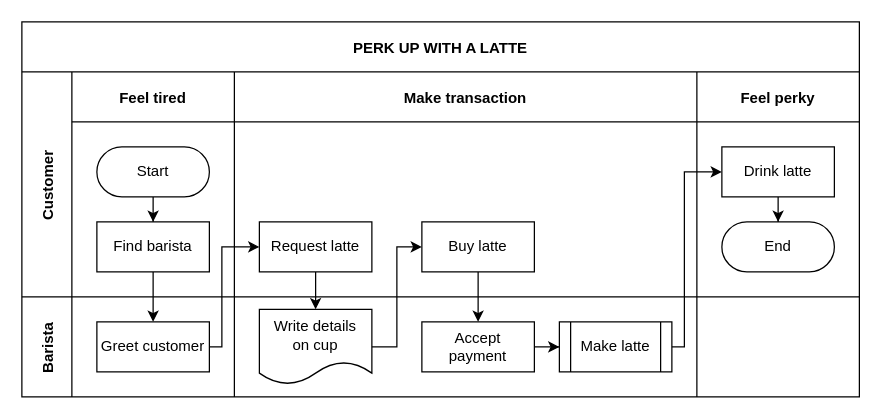
This is Untitled Diagram.drawio from laggage/markdown-it-attrs, a draw.io file, before an edit. Source tidied: cells renumbered, new cells numbered last; positions are measured from the earlier drawing's top-left corner, leaving out a move shared by most shapes. Both pictures are drawn from the tidied source at 125%, with x=0, y=0 at pixel (21, 21).
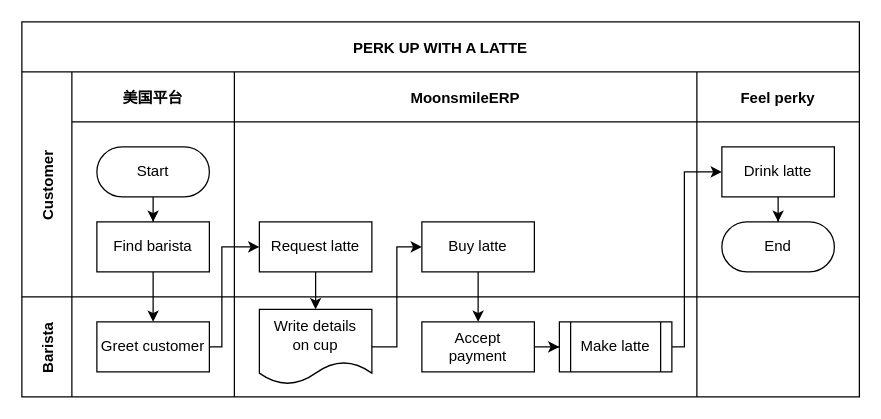
After the change.

Unchanged cells that the change refers to:
```xml
<mxCell id="4" value="Customer" style="shape=tableRow;horizontal=0;swimlaneHead=0;swimlaneBody=0;top=0;left=0;bottom=0;right=0;fillColor=none;startSize=40;fontStyle=1;" parent="2" vertex="1">
  <mxGeometry y="40" width="670" height="180" as="geometry" />
</mxCell>
```

What changed in the source:
```diff
@@
-    <mxCell id="5" value="Feel tired" style="swimlane;swimlaneHead=0;swimlaneBody=0;fillColor=none;startSize=40;fontStyle=1;" parent="4" vertex="1">
+    <mxCell id="5" value="美国平台" style="swimlane;swimlaneHead=0;swimlaneBody=0;fillColor=none;startSize=40;fontStyle=1;" parent="4" vertex="1">
       <mxGeometry x="40" width="130" height="180" as="geometry" />
     </mxCell>
@@
-    <mxCell id="9" value="Make transaction" style="swimlane;swimlaneHead=0;swimlaneBody=0;fillColor=none;startSize=40;fontStyle=1;" parent="4" vertex="1">
+    <mxCell id="9" value="MoonsmileERP" style="swimlane;swimlaneHead=0;swimlaneBody=0;fillColor=none;startSize=40;fontStyle=1;" parent="4" vertex="1">
       <mxGeometry x="170" width="370" height="180" as="geometry" />
     </mxCell>
```
